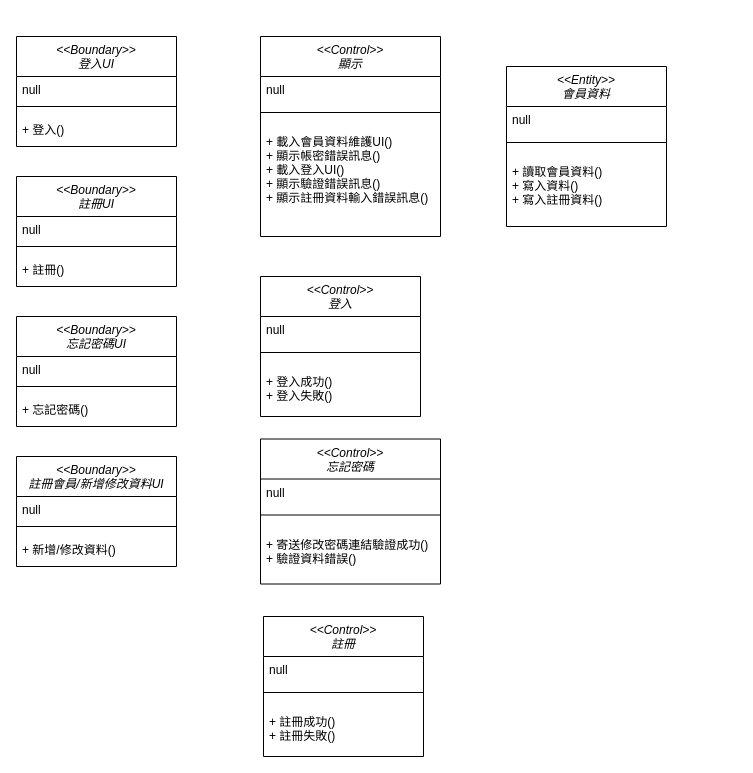
Before: 會員管理類別圖0515.drawio in odcs0320/blog, a draw.io diagram. Source tidied: cells renumbered, new cells numbered last; positions are measured from the earlier drawing's top-left corner, leaving out a move shared by most shapes. Both pictures are drawn from the tidied source at 100%, with x=0, y=0 at pixel (16, 36).
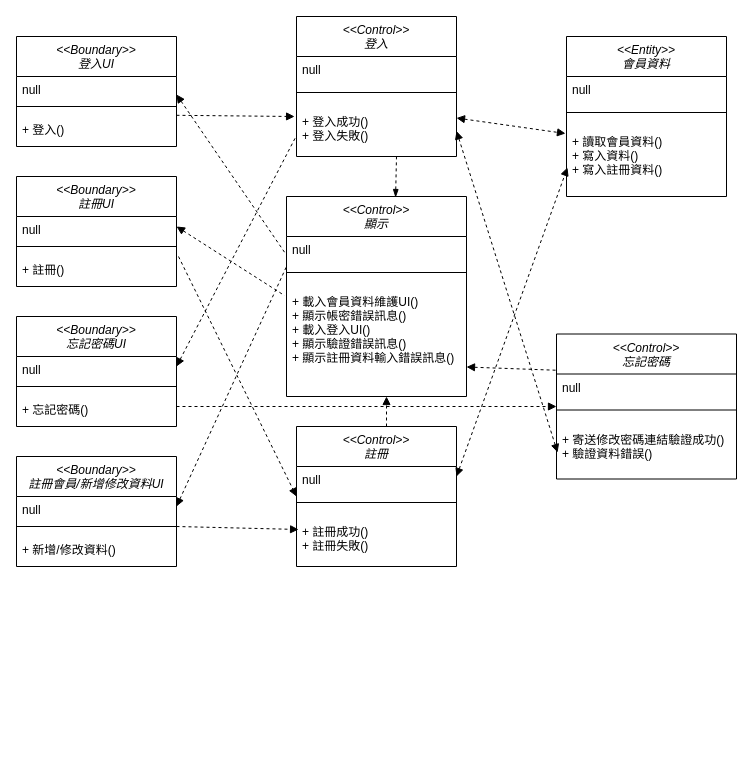
Above is the later version.

Commit message:
更新會員管理類別圖0515.drawio

The change refers to these unchanged cells:
```xml
<mxCell id="3" value="null" style="text;align=left;verticalAlign=top;spacingLeft=4;spacingRight=4;overflow=hidden;points=[[0,0.5],[1,0.5]];portConstraint=eastwest;rounded=0;shadow=0;html=0;" parent="2" vertex="1">
  <mxGeometry y="40" width="160" height="20" as="geometry" />
</mxCell>
<mxCell id="7" value="null" style="text;align=left;verticalAlign=top;spacingLeft=4;spacingRight=4;overflow=hidden;points=[[0,0.5],[1,0.5]];portConstraint=eastwest;rounded=0;shadow=0;html=0;" parent="6" vertex="1">
  <mxGeometry y="40" width="160" height="20" as="geometry" />
</mxCell>
<mxCell id="11" value="null" style="text;align=left;verticalAlign=top;spacingLeft=4;spacingRight=4;overflow=hidden;points=[[0,0.5],[1,0.5]];portConstraint=eastwest;rounded=0;shadow=0;html=0;" parent="10" vertex="1">
  <mxGeometry y="40" width="160" height="20" as="geometry" />
</mxCell>
<mxCell id="13" value="+ 忘記密碼()&#10;" style="text;align=left;verticalAlign=top;spacingLeft=4;spacingRight=4;overflow=hidden;points=[[0,0.5],[1,0.5]];portConstraint=eastwest;rounded=0;shadow=0;html=0;" parent="10" vertex="1">
  <mxGeometry y="80" width="160" height="20" as="geometry" />
</mxCell>
<mxCell id="15" value="null" style="text;align=left;verticalAlign=top;spacingLeft=4;spacingRight=4;overflow=hidden;points=[[0,0.5],[1,0.5]];portConstraint=eastwest;rounded=0;shadow=0;html=0;" parent="14" vertex="1">
  <mxGeometry y="40" width="160" height="20" as="geometry" />
</mxCell>
<mxCell id="19" value="null" style="text;align=left;verticalAlign=top;spacingLeft=4;spacingRight=4;overflow=hidden;points=[[0,0.5],[1,0.5]];portConstraint=eastwest;rounded=0;shadow=0;html=0;" parent="18" vertex="1">
  <mxGeometry y="40" width="180" height="20" as="geometry" />
</mxCell>
<mxCell id="21" value="+ 載入會員資料維護UI()&#10;+ 顯示帳密錯誤訊息()&#10;+ 載入登入UI()&#10;+ 顯示驗證錯誤訊息()&#10;+ 顯示註冊資料輸入錯誤訊息()" style="text;align=left;verticalAlign=top;spacingLeft=4;spacingRight=4;overflow=hidden;points=[[0,0.5],[1,0.5]];portConstraint=eastwest;rounded=0;shadow=0;html=0;" parent="18" vertex="1">
  <mxGeometry y="92" width="180" height="88" as="geometry" />
</mxCell>
<mxCell id="25" value="+ 登入成功()&#10;+ 登入失敗()" style="text;align=left;verticalAlign=top;spacingLeft=4;spacingRight=4;overflow=hidden;points=[[0,0.5],[1,0.5]];portConstraint=eastwest;rounded=0;shadow=0;html=0;" parent="22" vertex="1">
  <mxGeometry y="92" width="160" height="38" as="geometry" />
</mxCell>
<mxCell id="29" value="+ 寄送修改密碼連結驗證成功()&#10;+ 驗證資料錯誤()" style="text;align=left;verticalAlign=top;spacingLeft=4;spacingRight=4;overflow=hidden;points=[[0,0.5],[1,0.5]];portConstraint=eastwest;rounded=0;shadow=0;html=0;" parent="26" vertex="1">
  <mxGeometry y="92" width="180" height="38" as="geometry" />
</mxCell>
<mxCell id="31" value="null" style="text;align=left;verticalAlign=top;spacingLeft=4;spacingRight=4;overflow=hidden;points=[[0,0.5],[1,0.5]];portConstraint=eastwest;rounded=0;shadow=0;html=0;" parent="30" vertex="1">
  <mxGeometry y="40" width="160" height="20" as="geometry" />
</mxCell>
<mxCell id="33" value="+ 註冊成功()&#10;+ 註冊失敗()" style="text;align=left;verticalAlign=top;spacingLeft=4;spacingRight=4;overflow=hidden;points=[[0,0.5],[1,0.5]];portConstraint=eastwest;rounded=0;shadow=0;html=0;" parent="30" vertex="1">
  <mxGeometry y="92" width="160" height="38" as="geometry" />
</mxCell>
<mxCell id="37" value="+ 讀取會員資料()&#10;+ 寫入資料()&#10;+ 寫入註冊資料()" style="text;align=left;verticalAlign=top;spacingLeft=4;spacingRight=4;overflow=hidden;points=[[0,0.5],[1,0.5]];portConstraint=eastwest;rounded=0;shadow=0;html=0;" parent="34" vertex="1">
  <mxGeometry y="92" width="160" height="58" as="geometry" />
</mxCell>
```

What changed in the source:
```diff
@@
     <mxCell id="18" value="&lt;&lt;Control&gt;&gt;&#10;顯示" style="swimlane;fontStyle=2;align=center;verticalAlign=top;horizontal=1;startSize=40;rounded=0;shadow=0;strokeWidth=1;" parent="1" vertex="1">
-      <mxGeometry x="244" width="180" height="200" as="geometry" />
+      <mxGeometry x="270" y="160" width="180" height="200" as="geometry" />
     </mxCell>
@@
     <mxCell id="22" value="&lt;&lt;Control&gt;&gt;&#10;登入" style="swimlane;fontStyle=2;align=center;verticalAlign=top;horizontal=1;startSize=40;rounded=0;shadow=0;strokeWidth=1;" parent="1" vertex="1">
-      <mxGeometry x="244" y="240" width="160" height="140" as="geometry" />
+      <mxGeometry x="280" y="-20" width="160" height="140" as="geometry" />
     </mxCell>
@@
     <mxCell id="26" value="&lt;&lt;Control&gt;&gt;&#10;忘記密碼" style="swimlane;fontStyle=2;align=center;verticalAlign=top;horizontal=1;startSize=40;rounded=0;shadow=0;strokeWidth=1;" parent="1" vertex="1">
-      <mxGeometry x="244" y="402.5" width="180" height="145" as="geometry" />
+      <mxGeometry x="540" y="297.5" width="180" height="145" as="geometry" />
     </mxCell>
@@
     <mxCell id="30" value="&lt;&lt;Control&gt;&gt;&#10;註冊" style="swimlane;fontStyle=2;align=center;verticalAlign=top;horizontal=1;startSize=40;rounded=0;shadow=0;strokeWidth=1;" parent="1" vertex="1">
-      <mxGeometry x="247" y="580" width="160" height="140" as="geometry" />
+      <mxGeometry x="280" y="390" width="160" height="140" as="geometry" />
     </mxCell>
@@
     <mxCell id="34" value="&lt;&lt;Entity&gt;&gt;&#10;會員資料" style="swimlane;fontStyle=2;align=center;verticalAlign=top;horizontal=1;startSize=40;rounded=0;shadow=0;strokeWidth=1;" parent="1" vertex="1">
-      <mxGeometry x="490" y="30" width="160" height="160" as="geometry" />
+      <mxGeometry x="550" width="160" height="160" as="geometry" />
     </mxCell>
@@
+    <mxCell id="38" style="endArrow=none;startArrow=block;endFill=0;startFill=1;html=1;rounded=0;exitX=1;exitY=0.5;exitDx=0;exitDy=0;dashed=1;" parent="1" edge="1" source="15">
+      <mxGeometry relative="1" as="geometry">
+        <mxPoint x="270" y="230" as="targetPoint" />
+      </mxGeometry>
+    </mxCell>
+    <mxCell id="39" style="endArrow=none;startArrow=block;endFill=0;startFill=1;html=1;rounded=0;exitX=1;exitY=0.5;exitDx=0;exitDy=0;dashed=1;entryX=0;entryY=0.711;entryDx=0;entryDy=0;entryPerimeter=0;" parent="1" edge="1" source="11" target="25">
+      <mxGeometry relative="1" as="geometry" />
+    </mxCell>
+    <mxCell id="40" style="endArrow=none;startArrow=block;endFill=0;startFill=1;html=1;rounded=0;exitX=1;exitY=0.5;exitDx=0;exitDy=0;dashed=1;entryX=-0.011;entryY=0.08;entryDx=0;entryDy=0;entryPerimeter=0;" parent="1" edge="1" source="7" target="21">
+      <mxGeometry relative="1" as="geometry" />
+    </mxCell>
+    <mxCell id="41" style="endArrow=none;startArrow=block;endFill=0;startFill=1;html=1;rounded=0;exitX=1;exitY=0.9;exitDx=0;exitDy=0;dashed=1;entryX=-0.006;entryY=0.85;entryDx=0;entryDy=0;entryPerimeter=0;exitPerimeter=0;" parent="1" edge="1" source="3" target="19">
+      <mxGeometry relative="1" as="geometry" />
+    </mxCell>
+    <mxCell id="42" style="endArrow=block;startArrow=none;endFill=1;startFill=0;html=1;rounded=0;dashed=1;entryX=-0.012;entryY=0.211;entryDx=0;entryDy=0;entryPerimeter=0;" parent="1" edge="1" target="25">
+      <mxGeometry relative="1" as="geometry">
+        <mxPoint x="160" y="78.8" as="sourcePoint" />
+      </mxGeometry>
+    </mxCell>
+    <mxCell id="43" style="endArrow=block;startArrow=none;endFill=1;startFill=0;html=1;rounded=0;dashed=1;entryX=0;entryY=0.5;entryDx=0;entryDy=0;" parent="1" edge="1" target="30">
+      <mxGeometry relative="1" as="geometry">
+        <mxPoint x="162" y="220" as="sourcePoint" />
+      </mxGeometry>
+    </mxCell>
+    <mxCell id="44" style="endArrow=block;startArrow=none;endFill=1;startFill=0;html=1;rounded=0;dashed=1;entryX=0;entryY=0.5;entryDx=0;entryDy=0;exitX=1;exitY=0.5;exitDx=0;exitDy=0;" parent="1" edge="1" source="13" target="26">
+      <mxGeometry relative="1" as="geometry" />
+    </mxCell>
+    <mxCell id="45" style="endArrow=block;startArrow=none;endFill=1;startFill=0;html=1;rounded=0;dashed=1;entryX=0.013;entryY=0.289;entryDx=0;entryDy=0;entryPerimeter=0;" parent="1" edge="1" target="33">
+      <mxGeometry relative="1" as="geometry">
+        <mxPoint x="160" y="490" as="sourcePoint" />
+      </mxGeometry>
+    </mxCell>
+    <mxCell id="46" style="endArrow=block;startArrow=none;endFill=1;startFill=0;html=1;rounded=0;dashed=1;" parent="1" edge="1">
+      <mxGeometry relative="1" as="geometry">
+        <mxPoint x="370" y="390" as="sourcePoint" />
+        <mxPoint x="370" y="360" as="targetPoint" />
+      </mxGeometry>
+    </mxCell>
+    <mxCell id="47" style="endArrow=none;startArrow=blockThin;endFill=0;startFill=1;html=1;rounded=0;dashed=1;exitX=0.606;exitY=0.005;exitDx=0;exitDy=0;exitPerimeter=0;entryX=0.625;entryY=1.263;entryDx=0;entryDy=0;entryPerimeter=0;" parent="1" edge="1" source="18" target="25">
+      <mxGeometry relative="1" as="geometry" />
+    </mxCell>
+    <mxCell id="48" style="endArrow=none;startArrow=block;endFill=0;startFill=1;html=1;rounded=0;exitX=1;exitY=0.5;exitDx=0;exitDy=0;dashed=1;entryX=0;entryY=0.25;entryDx=0;entryDy=0;" parent="1" edge="1" target="26">
+      <mxGeometry relative="1" as="geometry">
+        <mxPoint x="450" y="330.5" as="sourcePoint" />
+      </mxGeometry>
+    </mxCell>
+    <mxCell id="49" style="endArrow=block;startArrow=block;endFill=1;startFill=1;html=1;rounded=0;exitX=1;exitY=0.5;exitDx=0;exitDy=0;dashed=1;entryX=-0.006;entryY=0.069;entryDx=0;entryDy=0;entryPerimeter=0;" parent="1" edge="1">
+      <mxGeometry relative="1" as="geometry">
+        <mxPoint x="440" y="81.5" as="sourcePoint" />
+        <mxPoint x="549" y="97" as="targetPoint" />
+      </mxGeometry>
+    </mxCell>
+    <mxCell id="50" style="endArrow=block;startArrow=block;endFill=1;startFill=1;html=1;rounded=0;exitX=1;exitY=0.5;exitDx=0;exitDy=0;dashed=1;entryX=0.006;entryY=0.697;entryDx=0;entryDy=0;entryPerimeter=0;" parent="1" edge="1" target="29">
+      <mxGeometry relative="1" as="geometry">
+        <mxPoint x="440" y="94.5" as="sourcePoint" />
+      </mxGeometry>
+    </mxCell>
+    <mxCell id="51" style="endArrow=block;startArrow=block;endFill=1;startFill=1;html=1;rounded=0;exitX=1;exitY=0.5;exitDx=0;exitDy=0;dashed=1;entryX=0.006;entryY=0.672;entryDx=0;entryDy=0;entryPerimeter=0;" parent="1" edge="1" source="31" target="37">
+      <mxGeometry relative="1" as="geometry" />
+    </mxCell>
```
